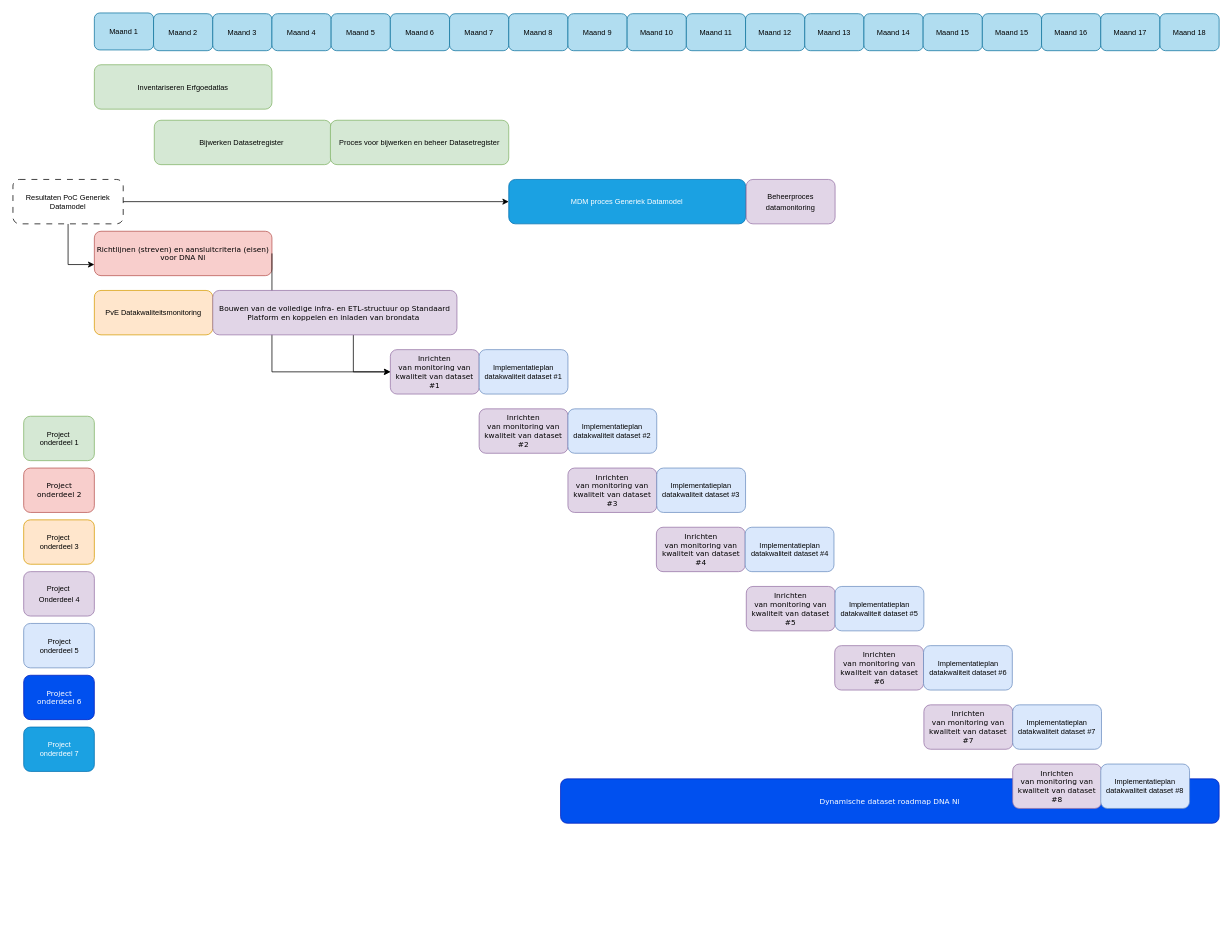
cultureelerfgoed/DNA_NL keeps this draw.io diagram as dnanl-planning.drawio. Above is the earlier version. Source tidied: cells renumbered, new cells numbered last; positions are measured from the earlier drawing's top-left corner, leaving out a move shared by most shapes. Both pictures are drawn from the tidied source at 74%, with x=0, y=0 at pixel (13, 13).
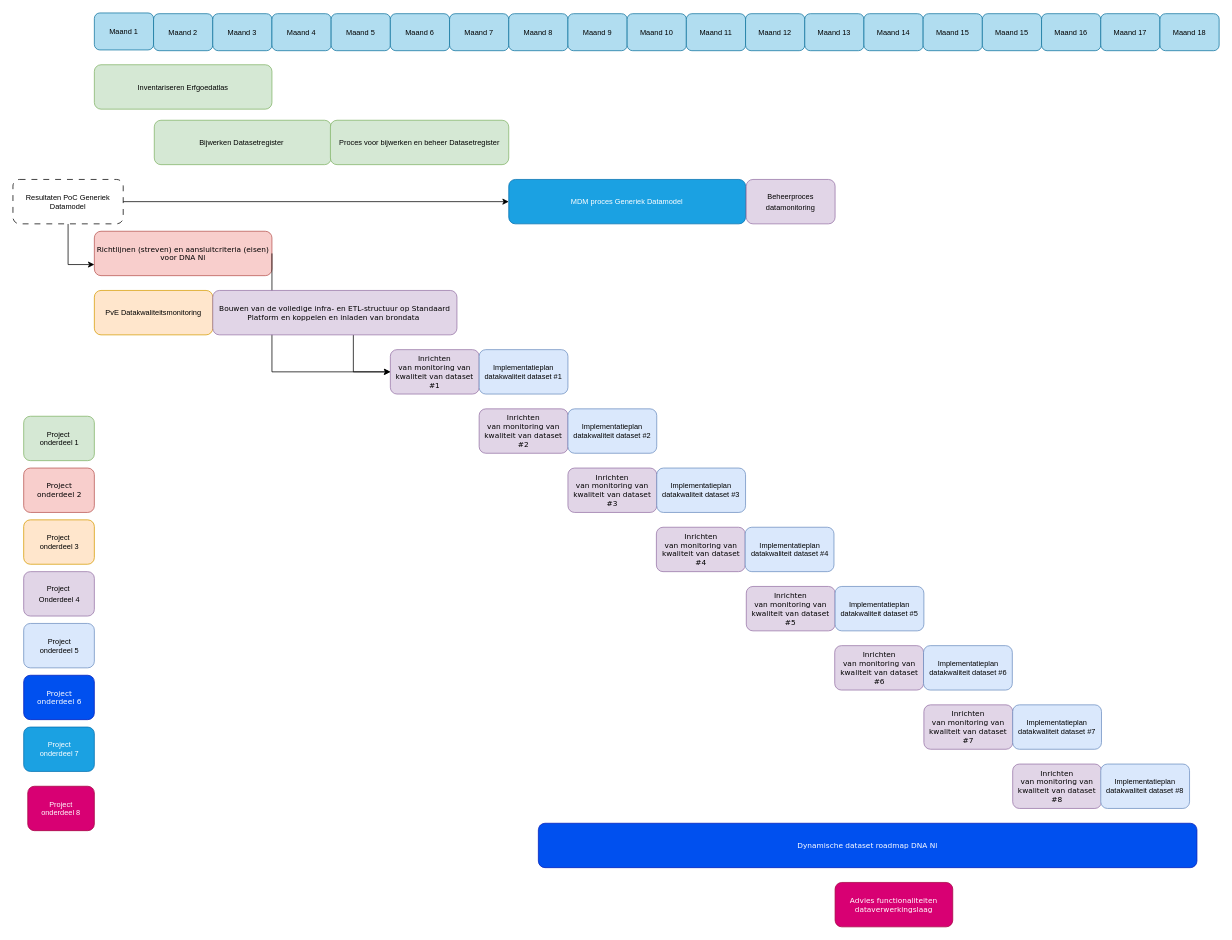
The same page after the edit.

The edit, as a diff of the source:
```diff
@@
     <mxCell id="31" value="&lt;span style=&quot;font-family: Verdana;&quot;&gt;&lt;font&gt;Dynamische dataset roadmap DNA Nl&lt;/font&gt;&lt;/span&gt;" style="rounded=1;whiteSpace=wrap;html=1;fillColor=#0050ef;strokeColor=#001DBC;fontSize=10;align=center;fontColor=#ffffff;" parent="1" vertex="1">
-      <mxGeometry x="740" y="1035" width="890" height="60" as="geometry" />
+      <mxGeometry x="710" y="1095" width="890" height="60" as="geometry" />
     </mxCell>
@@
+    <mxCell id="58" value="&lt;font face=&quot;Verdana&quot;&gt;Advies functionaliteiten dataverwerkingslaag&lt;/font&gt;" style="rounded=1;whiteSpace=wrap;html=1;fillColor=#d80073;strokeColor=#A50040;fontSize=10;align=center;fontColor=#ffffff;" parent="1" vertex="1">
+      <mxGeometry x="1111" y="1175" width="159" height="60" as="geometry" />
+    </mxCell>
+    <mxCell id="59" value="Project&lt;div&gt;onderdeel 8&lt;/div&gt;" style="rounded=1;whiteSpace=wrap;html=1;fillColor=#d80073;strokeColor=#A50040;fontSize=10;align=center;fontColor=#ffffff;" parent="1" vertex="1">
+      <mxGeometry x="20" y="1045" width="90" height="60" as="geometry" />
+    </mxCell>
```
